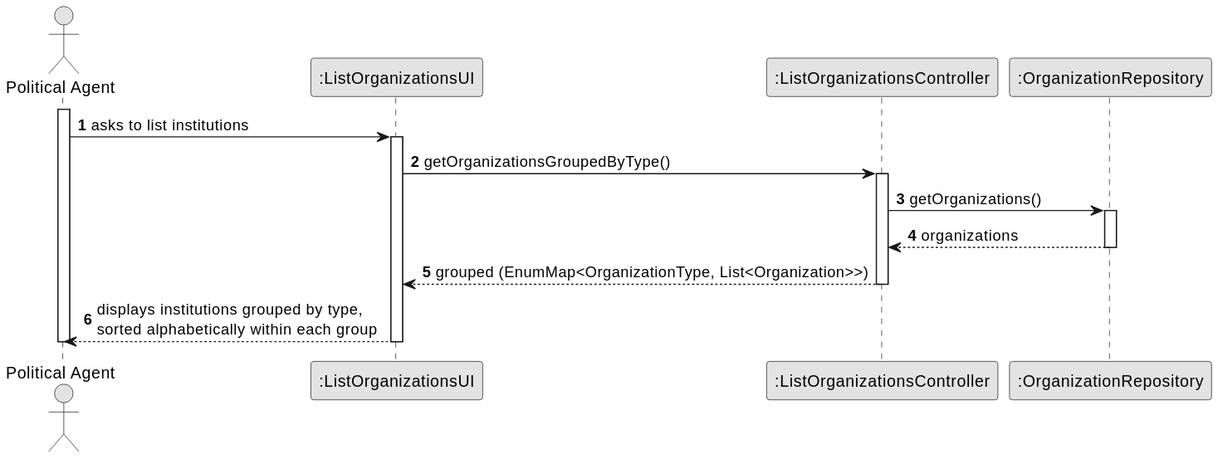
Before: docs/system-documentation/US03/03.design/svg/US03_SD.svg, a diagram exported from PlantUML (brunodspinto/crystal-clear-platform).
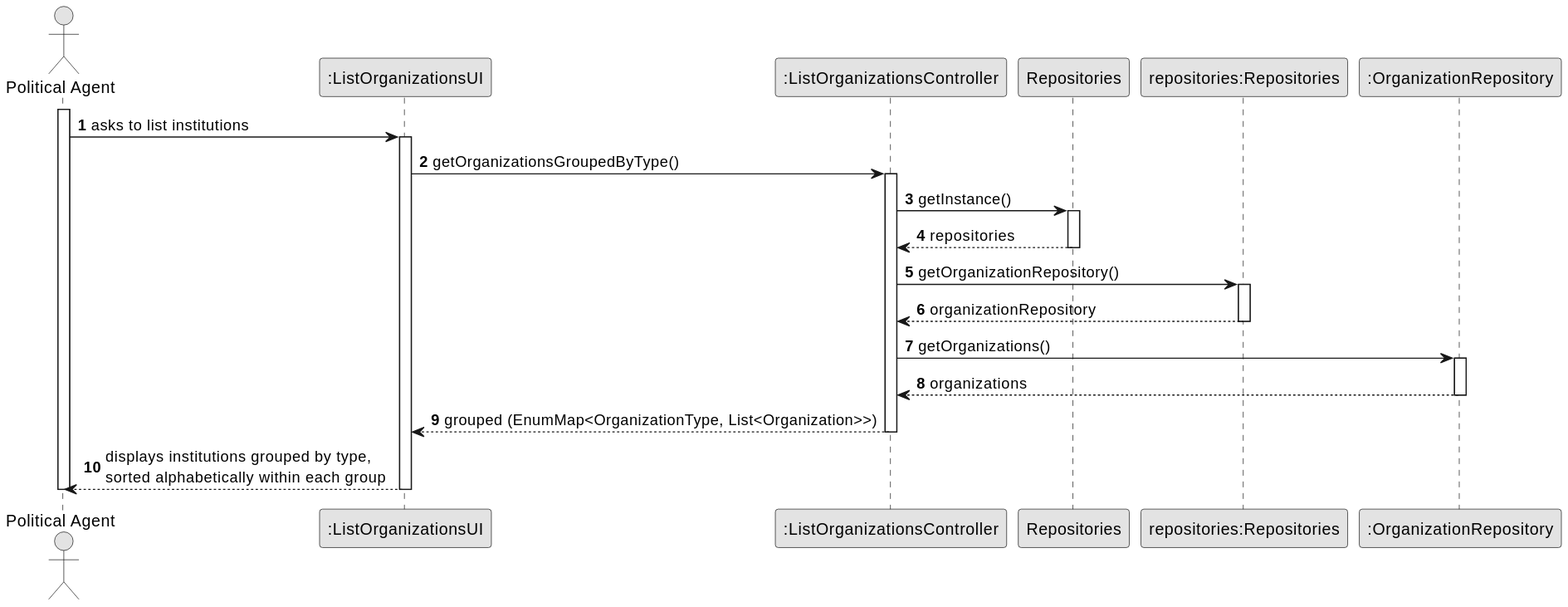
The same file after the commit.

The edit, as a diff of the source:
```diff
@@ -8,6 +8,8 @@
 actor "Political Agent" as PA
 participant ":ListOrganizationsUI" as UI
 participant ":ListOrganizationsController" as CTRL
+participant "Repositories" as REPOS
+participant "repositories:Repositories" as REPOS_SINGLETON
 participant ":OrganizationRepository" as REPO
 
 activate PA
@@ -17,6 +19,16 @@
 
         UI -> CTRL : getOrganizationsGroupedByType()
         activate CTRL
+
+            CTRL -> REPOS : getInstance()
+            activate REPOS
+                REPOS --> CTRL : repositories
+            deactivate REPOS
+
+            CTRL -> REPOS_SINGLETON : getOrganizationRepository()
+            activate REPOS_SINGLETON
+                REPOS_SINGLETON --> CTRL : organizationRepository
+            deactivate REPOS_SINGLETON
 
             CTRL -> REPO : getOrganizations()
             activate REPO
```
